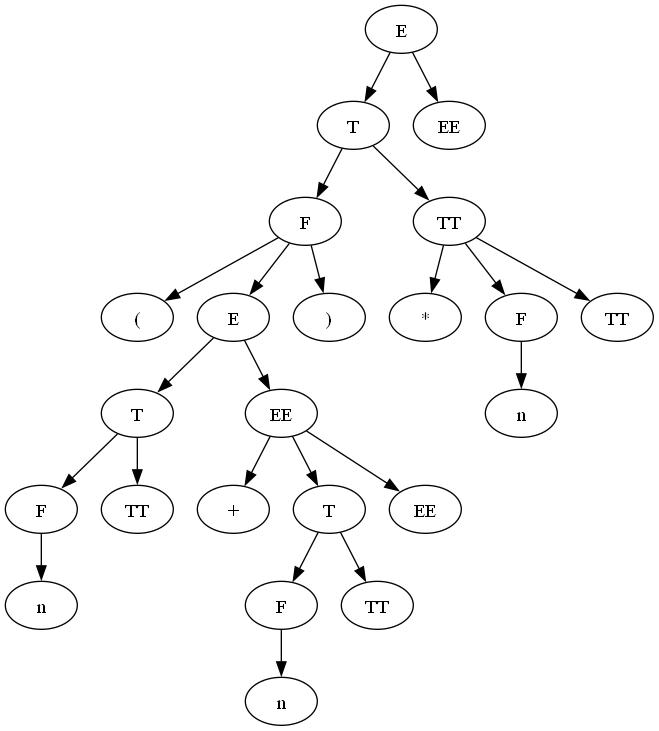
Ultimatereo/MT keeps this Graphviz diagram as lab4/graphA2.png. Above is the earlier version. Its source is kept beside it as lab4/graphA2.dot.
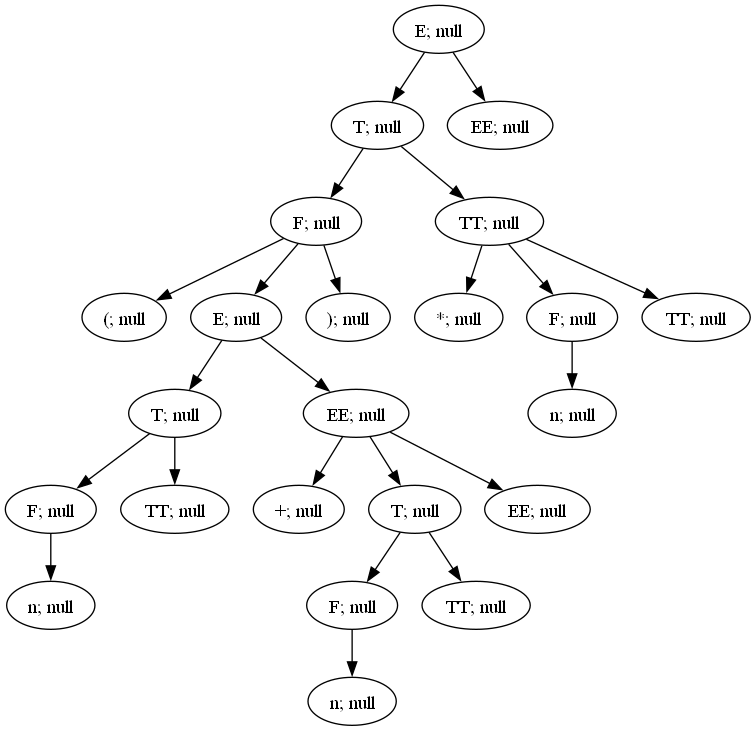
After the commit.

The edit, as a diff of the source:
```diff
@@ -1,69 +1,69 @@
 digraph ParserResult {
-"NonTerminal[name=E]_39" [label="E"]
-"NonTerminal[name=T]_37" [label="T"]
+"NonTerminal[name=E]_39" [label="E; null"]
+"NonTerminal[name=T]_37" [label="T; null"]
 "NonTerminal[name=E]_39"->"NonTerminal[name=T]_37";
-"NonTerminal[name=T]_37" [label="T"]
-"NonTerminal[name=F]_31" [label="F"]
+"NonTerminal[name=T]_37" [label="T; null"]
+"NonTerminal[name=F]_31" [label="F; null"]
 "NonTerminal[name=T]_37"->"NonTerminal[name=F]_31";
-"NonTerminal[name=F]_31" [label="F"]
-"Token{name='(', value='('}_17" [label="("]
+"NonTerminal[name=F]_31" [label="F; null"]
+"Token{name='(', value='('}_17" [label="(; null"]
 "NonTerminal[name=F]_31"->"Token{name='(', value='('}_17";
-"Token{name='(', value='('}_17" [label="("]
-"NonTerminal[name=E]_29" [label="E"]
+"Token{name='(', value='('}_17" [label="(; null"]
+"NonTerminal[name=E]_29" [label="E; null"]
 "NonTerminal[name=F]_31"->"NonTerminal[name=E]_29";
-"NonTerminal[name=E]_29" [label="E"]
-"NonTerminal[name=T]_21" [label="T"]
+"NonTerminal[name=E]_29" [label="E; null"]
+"NonTerminal[name=T]_21" [label="T; null"]
 "NonTerminal[name=E]_29"->"NonTerminal[name=T]_21";
-"NonTerminal[name=T]_21" [label="T"]
-"NonTerminal[name=F]_19" [label="F"]
+"NonTerminal[name=T]_21" [label="T; null"]
+"NonTerminal[name=F]_19" [label="F; null"]
 "NonTerminal[name=T]_21"->"NonTerminal[name=F]_19";
-"NonTerminal[name=F]_19" [label="F"]
-"Token{name='n', value='1'}_18" [label="n"]
+"NonTerminal[name=F]_19" [label="F; null"]
+"Token{name='n', value='1'}_18" [label="n; null"]
 "NonTerminal[name=F]_19"->"Token{name='n', value='1'}_18";
-"Token{name='n', value='1'}_18" [label="n"]
-"NonTerminal[name=TT]_20" [label="TT"]
+"Token{name='n', value='1'}_18" [label="n; null"]
+"NonTerminal[name=TT]_20" [label="TT; null"]
 "NonTerminal[name=T]_21"->"NonTerminal[name=TT]_20";
-"NonTerminal[name=TT]_20" [label="TT"]
-"NonTerminal[name=EE]_28" [label="EE"]
+"NonTerminal[name=TT]_20" [label="TT; null"]
+"NonTerminal[name=EE]_28" [label="EE; null"]
 "NonTerminal[name=E]_29"->"NonTerminal[name=EE]_28";
-"NonTerminal[name=EE]_28" [label="EE"]
-"Token{name='+', value='+'}_22" [label="+"]
+"NonTerminal[name=EE]_28" [label="EE; null"]
+"Token{name='+', value='+'}_22" [label="+; null"]
 "NonTerminal[name=EE]_28"->"Token{name='+', value='+'}_22";
-"Token{name='+', value='+'}_22" [label="+"]
-"NonTerminal[name=T]_26" [label="T"]
+"Token{name='+', value='+'}_22" [label="+; null"]
+"NonTerminal[name=T]_26" [label="T; null"]
 "NonTerminal[name=EE]_28"->"NonTerminal[name=T]_26";
-"NonTerminal[name=T]_26" [label="T"]
-"NonTerminal[name=F]_24" [label="F"]
+"NonTerminal[name=T]_26" [label="T; null"]
+"NonTerminal[name=F]_24" [label="F; null"]
 "NonTerminal[name=T]_26"->"NonTerminal[name=F]_24";
-"NonTerminal[name=F]_24" [label="F"]
-"Token{name='n', value='2'}_23" [label="n"]
+"NonTerminal[name=F]_24" [label="F; null"]
+"Token{name='n', value='2'}_23" [label="n; null"]
 "NonTerminal[name=F]_24"->"Token{name='n', value='2'}_23";
-"Token{name='n', value='2'}_23" [label="n"]
-"NonTerminal[name=TT]_25" [label="TT"]
+"Token{name='n', value='2'}_23" [label="n; null"]
+"NonTerminal[name=TT]_25" [label="TT; null"]
 "NonTerminal[name=T]_26"->"NonTerminal[name=TT]_25";
-"NonTerminal[name=TT]_25" [label="TT"]
-"NonTerminal[name=EE]_27" [label="EE"]
+"NonTerminal[name=TT]_25" [label="TT; null"]
+"NonTerminal[name=EE]_27" [label="EE; null"]
 "NonTerminal[name=EE]_28"->"NonTerminal[name=EE]_27";
-"NonTerminal[name=EE]_27" [label="EE"]
-"Token{name=')', value=')'}_30" [label=")"]
+"NonTerminal[name=EE]_27" [label="EE; null"]
+"Token{name=')', value=')'}_30" [label="); null"]
 "NonTerminal[name=F]_31"->"Token{name=')', value=')'}_30";
-"Token{name=')', value=')'}_30" [label=")"]
-"NonTerminal[name=TT]_36" [label="TT"]
+"Token{name=')', value=')'}_30" [label="); null"]
+"NonTerminal[name=TT]_36" [label="TT; null"]
 "NonTerminal[name=T]_37"->"NonTerminal[name=TT]_36";
-"NonTerminal[name=TT]_36" [label="TT"]
-"Token{name='*', value='*'}_32" [label="*"]
+"NonTerminal[name=TT]_36" [label="TT; null"]
+"Token{name='*', value='*'}_32" [label="*; null"]
 "NonTerminal[name=TT]_36"->"Token{name='*', value='*'}_32";
-"Token{name='*', value='*'}_32" [label="*"]
-"NonTerminal[name=F]_34" [label="F"]
+"Token{name='*', value='*'}_32" [label="*; null"]
+"NonTerminal[name=F]_34" [label="F; null"]
 "NonTerminal[name=TT]_36"->"NonTerminal[name=F]_34";
-"NonTerminal[name=F]_34" [label="F"]
-"Token{name='n', value='3'}_33" [label="n"]
+"NonTerminal[name=F]_34" [label="F; null"]
+"Token{name='n', value='3'}_33" [label="n; null"]
 "NonTerminal[name=F]_34"->"Token{name='n', value='3'}_33";
-"Token{name='n', value='3'}_33" [label="n"]
-"NonTerminal[name=TT]_35" [label="TT"]
+"Token{name='n', value='3'}_33" [label="n; null"]
+"NonTerminal[name=TT]_35" [label="TT; null"]
 "NonTerminal[name=TT]_36"->"NonTerminal[name=TT]_35";
-"NonTerminal[name=TT]_35" [label="TT"]
-"NonTerminal[name=EE]_38" [label="EE"]
+"NonTerminal[name=TT]_35" [label="TT; null"]
+"NonTerminal[name=EE]_38" [label="EE; null"]
 "NonTerminal[name=E]_39"->"NonTerminal[name=EE]_38";
-"NonTerminal[name=EE]_38" [label="EE"]
+"NonTerminal[name=EE]_38" [label="EE; null"]
 }
```
